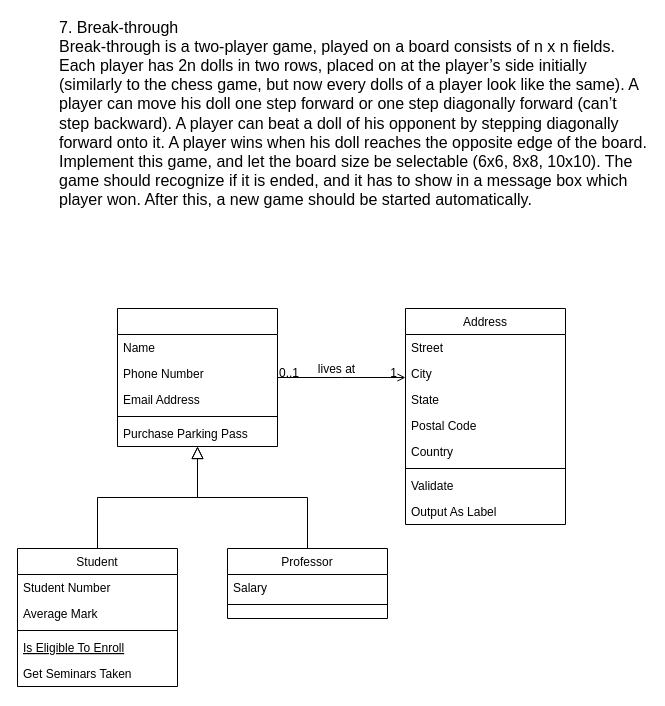
Above: Untitled Diagram.drawio in summertx/uml (draw.io), before the change. Source tidied: cells renumbered, new cells numbered last; positions are measured from the earlier drawing's top-left corner, leaving out a move shared by most shapes. Both pictures are drawn from the tidied source at 100%, with x=0, y=0 at pixel (17, 18).
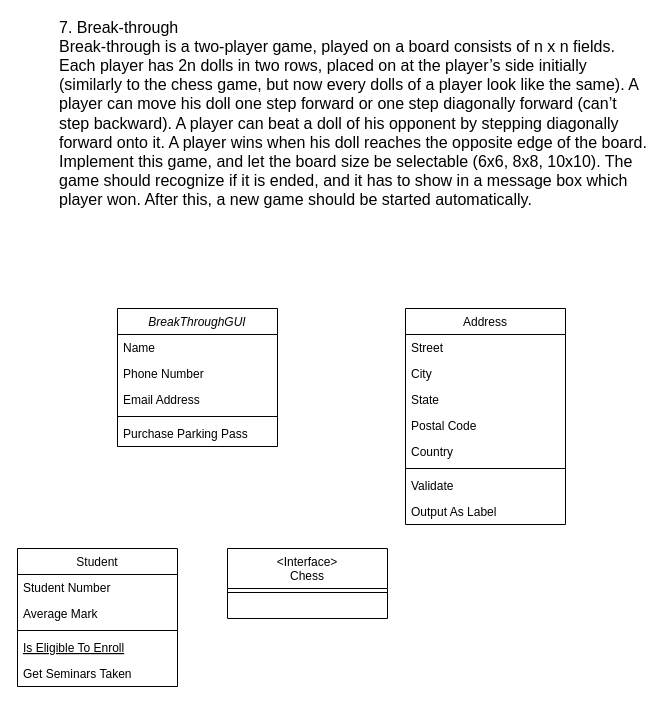
The same page after the edit.

The change refers to these unchanged cells:
```xml
<mxCell id="8" value="Student" style="swimlane;fontStyle=0;align=center;verticalAlign=top;horizontal=1;startSize=26;rounded=0;shadow=0;strokeWidth=1;" parent="1" vertex="1">
  <mxGeometry y="530" width="160" height="138" as="geometry" />
</mxCell>
<mxCell id="19" value="Address" style="swimlane;fontStyle=0;align=center;verticalAlign=top;horizontal=1;startSize=26;rounded=0;shadow=0;strokeWidth=1;" parent="1" vertex="1">
  <mxGeometry x="388" y="290" width="160" height="216" as="geometry" />
</mxCell>
```

The edit, as a diff of the source:
```diff
@@
-    <mxCell id="2" style="swimlane;fontStyle=2;align=center;verticalAlign=top;horizontal=1;startSize=26;rounded=0;shadow=0;strokeWidth=1;" parent="1" vertex="1">
+    <mxCell id="2" value="BreakThroughGUI" style="swimlane;fontStyle=2;align=center;verticalAlign=top;horizontal=1;startSize=26;rounded=0;shadow=0;strokeWidth=1;" parent="1" vertex="1">
       <mxGeometry x="100" y="290" width="160" height="138" as="geometry" />
     </mxCell>
@@
-    <mxCell id="14" style="endArrow=block;endSize=10;endFill=0;shadow=0;strokeWidth=1;rounded=0;curved=0;edgeStyle=elbowEdgeStyle;elbow=vertical;" parent="1" edge="1" source="8" target="2">
-      <mxGeometry relative="1" as="geometry" />
-    </mxCell>
-    <mxCell id="15" value="Professor" style="swimlane;fontStyle=0;align=center;verticalAlign=top;horizontal=1;startSize=26;rounded=0;shadow=0;strokeWidth=1;" parent="1" vertex="1">
+    <mxCell id="15" value="&lt;Interface&gt;&#10;Chess&#10;" style="swimlane;fontStyle=0;align=center;verticalAlign=top;horizontal=1;startSize=40;rounded=0;shadow=0;strokeWidth=1;" parent="1" vertex="1">
       <mxGeometry x="210" y="530" width="160" height="70" as="geometry" />
     </mxCell>
-    <mxCell id="16" value="Salary" style="text;align=left;verticalAlign=top;spacingLeft=4;spacingRight=4;overflow=hidden;" parent="15" vertex="1">
-      <mxGeometry y="26" width="160" height="26" as="geometry" />
-    </mxCell>
     <mxCell id="17" style="line;html=1;strokeWidth=1;align=left;verticalAlign=middle;spacingTop=-1;spacingLeft=3;spacingRight=3;labelPosition=right;" parent="15" vertex="1">
-      <mxGeometry y="52" width="160" height="8" as="geometry" />
+      <mxGeometry y="40" width="160" height="8" as="geometry" />
     </mxCell>
-    <mxCell id="18" style="endArrow=block;endSize=10;endFill=0;shadow=0;strokeWidth=1;rounded=0;curved=0;edgeStyle=elbowEdgeStyle;elbow=vertical;" parent="1" edge="1" source="15" target="2">
-      <mxGeometry relative="1" as="geometry" />
-    </mxCell>
@@
-    <mxCell id="28" style="endArrow=open;shadow=0;strokeWidth=1;rounded=0;curved=0;endFill=1;edgeStyle=elbowEdgeStyle;elbow=vertical;" parent="1" edge="1" source="2" target="19">
-      <mxGeometry x="0.5" y="41" relative="1" as="geometry">
-        <mxPoint x="-40" y="32" as="offset" />
-      </mxGeometry>
-    </mxCell>
-    <mxCell id="29" value="0..1" style="align=left;verticalAlign=bottom;labelBackgroundColor=none;fontSize=12;" parent="28" vertex="1">
-      <mxGeometry x="-1" relative="1" as="geometry">
-        <mxPoint y="4" as="offset" />
-      </mxGeometry>
-    </mxCell>
-    <mxCell id="30" value="1" style="align=right;verticalAlign=bottom;labelBackgroundColor=none;fontSize=12;" parent="28" vertex="1">
-      <mxGeometry x="1" relative="1" as="geometry">
-        <mxPoint x="-7" y="4" as="offset" />
-      </mxGeometry>
-    </mxCell>
-    <mxCell id="31" value="lives at" style="text;html=1;align=center;verticalAlign=middle;labelBackgroundColor=none;rounded=0;shadow=0;strokeWidth=1;fontSize=12;" parent="28" vertex="1">
-      <mxGeometry x="0.5" y="49" relative="1" as="geometry">
-        <mxPoint x="-38" y="40" as="offset" />
-      </mxGeometry>
-    </mxCell>
```
